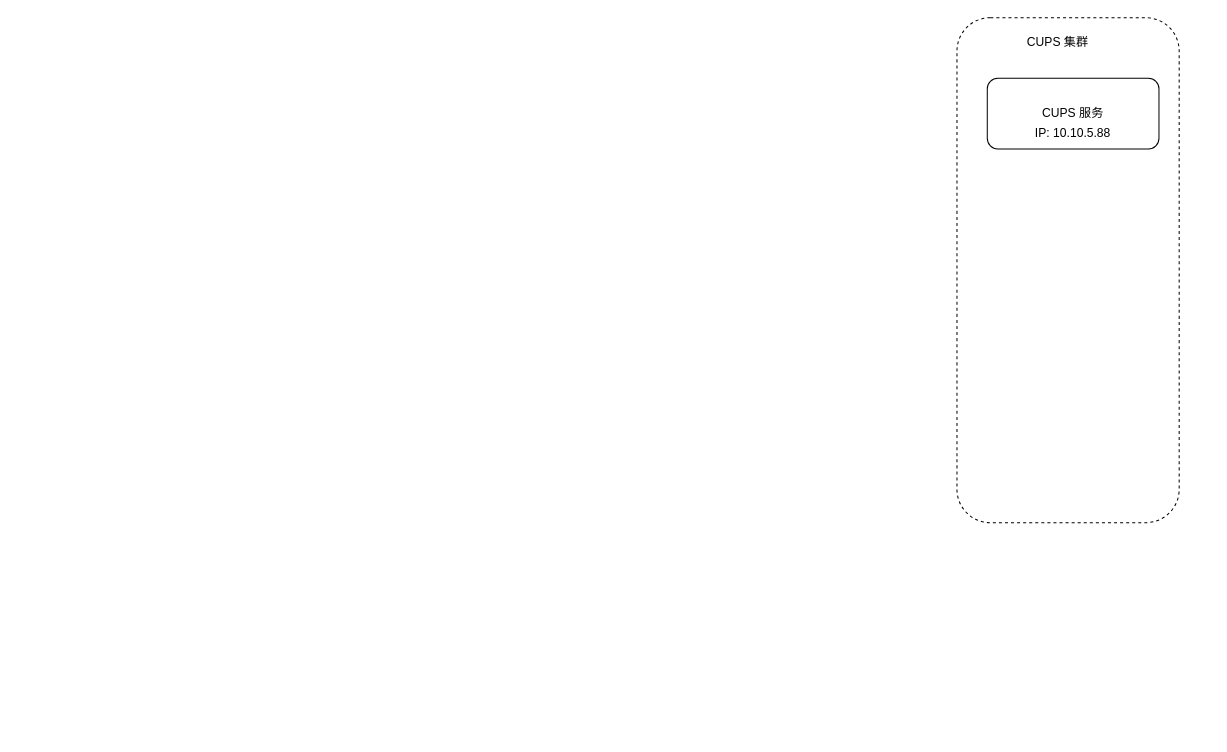
Earlier version of the draw.io diagram POSP.drawio (xnxuehai/draw). Source tidied: cells renumbered, new cells numbered last; positions are measured from the earlier drawing's top-left corner, leaving out a move shared by most shapes. Both pictures are drawn from the tidied source at 101%, with x=0, y=0 at pixel (956, 17).
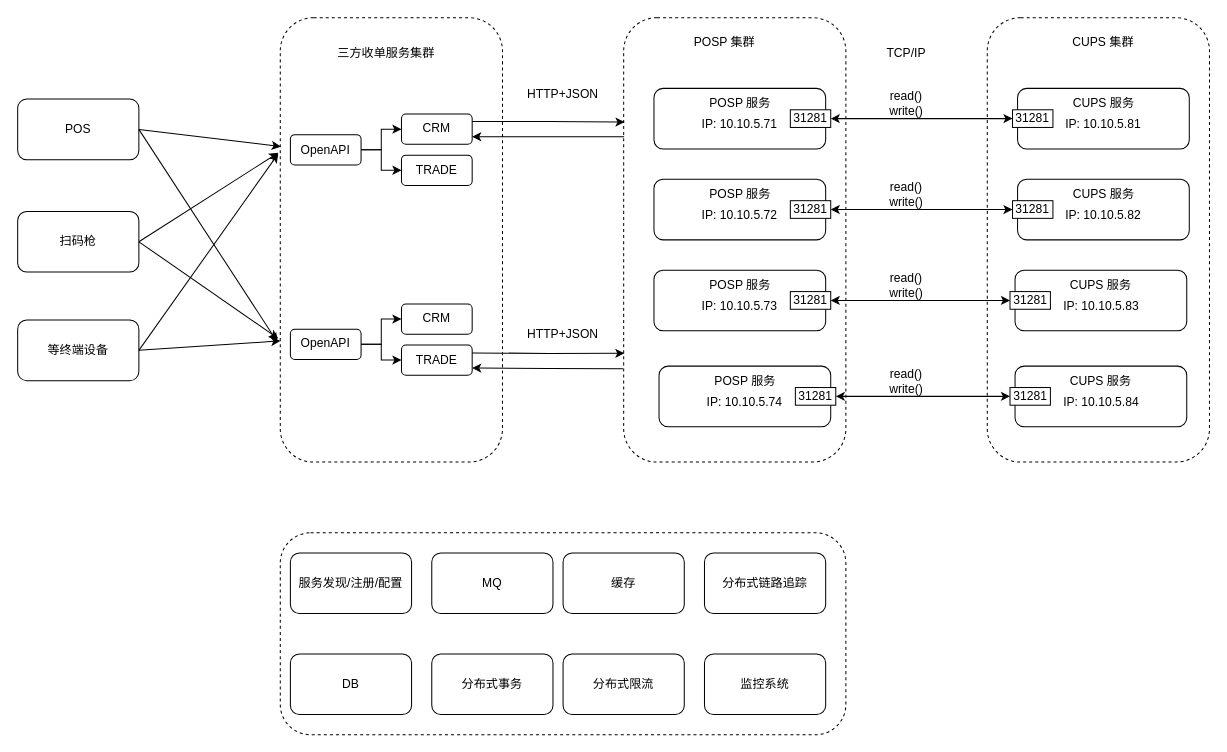
After the change.

Change to the diagram source:
```diff
@@
     <mxCell id="2" style="rounded=1;whiteSpace=wrap;html=1;dashed=1;" parent="1" vertex="1">
-      <mxGeometry width="220" height="500" as="geometry" />
+      <mxGeometry x="30" width="220" height="440" as="geometry" />
     </mxCell>
     <mxCell id="3" value="CUPS 集群" style="text;html=1;align=center;verticalAlign=middle;whiteSpace=wrap;rounded=0;" parent="1" vertex="1">
-      <mxGeometry x="60" y="10" width="80" height="30" as="geometry" />
+      <mxGeometry x="105" y="10" width="80" height="30" as="geometry" />
     </mxCell>
-    <mxCell id="4" value="CUPS 服务" style="rounded=1;whiteSpace=wrap;html=1;" parent="1" vertex="1">
-      <mxGeometry x="30" y="60" width="170" height="70" as="geometry" />
+    <mxCell id="4" style="rounded=1;whiteSpace=wrap;html=1;" parent="1" vertex="1">
+      <mxGeometry x="60" y="70" width="170" height="60" as="geometry" />
     </mxCell>
-    <mxCell id="5" value="IP: 10.10.5.88" style="text;html=1;align=center;verticalAlign=middle;whiteSpace=wrap;rounded=0;" parent="1" vertex="1">
-      <mxGeometry x="65" y="100" width="100" height="30" as="geometry" />
+    <mxCell id="5" value="IP: 10.10.5.81" style="text;html=1;align=center;verticalAlign=middle;whiteSpace=wrap;rounded=0;" parent="1" vertex="1">
+      <mxGeometry x="95" y="91.2" width="100" height="30" as="geometry" />
     </mxCell>
+    <mxCell id="6" value="31281" style="rounded=0;whiteSpace=wrap;html=1;" parent="1" vertex="1">
+      <mxGeometry x="55" y="91.2" width="40" height="17.5" as="geometry" />
+    </mxCell>
+    <mxCell id="7" value="CUPS 服务" style="text;html=1;align=center;verticalAlign=middle;whiteSpace=wrap;rounded=0;" parent="1" vertex="1">
+      <mxGeometry x="112.5" y="70" width="65" height="30" as="geometry" />
+    </mxCell>
+    <mxCell id="8" style="rounded=1;whiteSpace=wrap;html=1;" parent="1" vertex="1">
+      <mxGeometry x="60" y="160" width="170" height="60" as="geometry" />
+    </mxCell>
+    <mxCell id="9" value="IP: 10.10.5.82" style="text;html=1;align=center;verticalAlign=middle;whiteSpace=wrap;rounded=0;" parent="1" vertex="1">
+      <mxGeometry x="95" y="181.2" width="100" height="30" as="geometry" />
+    </mxCell>
+    <mxCell id="10" value="31281" style="rounded=0;whiteSpace=wrap;html=1;" parent="1" vertex="1">
+      <mxGeometry x="55" y="181.2" width="40" height="17.5" as="geometry" />
+    </mxCell>
+    <mxCell id="11" value="CUPS 服务" style="text;html=1;align=center;verticalAlign=middle;whiteSpace=wrap;rounded=0;" parent="1" vertex="1">
+      <mxGeometry x="112.5" y="160" width="65" height="30" as="geometry" />
+    </mxCell>
+    <mxCell id="12" style="rounded=1;whiteSpace=wrap;html=1;" parent="1" vertex="1">
+      <mxGeometry x="57.5" y="250" width="170" height="60" as="geometry" />
+    </mxCell>
+    <mxCell id="13" value="IP: 10.10.5.83" style="text;html=1;align=center;verticalAlign=middle;whiteSpace=wrap;rounded=0;" parent="1" vertex="1">
+      <mxGeometry x="92.5" y="271.2" width="100" height="30" as="geometry" />
+    </mxCell>
+    <mxCell id="14" value="31281" style="rounded=0;whiteSpace=wrap;html=1;" parent="1" vertex="1">
+      <mxGeometry x="52.5" y="271.2" width="40" height="17.5" as="geometry" />
+    </mxCell>
+    <mxCell id="15" value="CUPS 服务" style="text;html=1;align=center;verticalAlign=middle;whiteSpace=wrap;rounded=0;" parent="1" vertex="1">
+      <mxGeometry x="110" y="250" width="65" height="30" as="geometry" />
+    </mxCell>
+    <mxCell id="16" style="rounded=1;whiteSpace=wrap;html=1;" parent="1" vertex="1">
+      <mxGeometry x="57.5" y="345" width="170" height="60" as="geometry" />
+    </mxCell>
+    <mxCell id="17" value="IP: 10.10.5.84" style="text;html=1;align=center;verticalAlign=middle;whiteSpace=wrap;rounded=0;" parent="1" vertex="1">
+      <mxGeometry x="92.5" y="366.2" width="100" height="30" as="geometry" />
+    </mxCell>
+    <mxCell id="18" value="31281" style="rounded=0;whiteSpace=wrap;html=1;" parent="1" vertex="1">
+      <mxGeometry x="52.5" y="366.2" width="40" height="17.5" as="geometry" />
+    </mxCell>
+    <mxCell id="19" value="CUPS 服务" style="text;html=1;align=center;verticalAlign=middle;whiteSpace=wrap;rounded=0;" parent="1" vertex="1">
+      <mxGeometry x="110" y="345" width="65" height="30" as="geometry" />
+    </mxCell>
+    <mxCell id="20" style="rounded=1;whiteSpace=wrap;html=1;dashed=1;" parent="1" vertex="1">
+      <mxGeometry x="-330" width="220" height="440" as="geometry" />
+    </mxCell>
+    <mxCell id="21" value="POSP 集群" style="text;html=1;align=center;verticalAlign=middle;whiteSpace=wrap;rounded=0;" parent="1" vertex="1">
+      <mxGeometry x="-270" y="10" width="80" height="30" as="geometry" />
+    </mxCell>
+    <mxCell id="22" style="rounded=1;whiteSpace=wrap;html=1;" parent="1" vertex="1">
+      <mxGeometry x="-295" y="345" width="170" height="60" as="geometry" />
+    </mxCell>
+    <mxCell id="23" value="IP: 10.10.5.74" style="text;html=1;align=center;verticalAlign=middle;whiteSpace=wrap;rounded=0;" parent="1" vertex="1">
+      <mxGeometry x="-260" y="366.2" width="100" height="30" as="geometry" />
+    </mxCell>
+    <mxCell id="24" style="edgeStyle=orthogonalEdgeStyle;rounded=0;jettySize=auto;html=1;exitX=1;exitY=0.5;exitDx=0;exitDy=0;entryX=0;entryY=0.5;entryDx=0;entryDy=0;startArrow=classic;startFill=1;" parent="1" edge="1" source="25" target="18">
+      <mxGeometry relative="1" as="geometry" />
+    </mxCell>
+    <mxCell id="25" value="31281" style="rounded=0;whiteSpace=wrap;html=1;" parent="1" vertex="1">
+      <mxGeometry x="-160" y="366.2" width="40" height="17.5" as="geometry" />
+    </mxCell>
+    <mxCell id="26" value="POSP 服务" style="text;html=1;align=center;verticalAlign=middle;whiteSpace=wrap;rounded=0;" parent="1" vertex="1">
+      <mxGeometry x="-242.5" y="345" width="65" height="30" as="geometry" />
+    </mxCell>
+    <mxCell id="27" style="rounded=1;whiteSpace=wrap;html=1;" parent="1" vertex="1">
+      <mxGeometry x="-300" y="250" width="170" height="60" as="geometry" />
+    </mxCell>
+    <mxCell id="28" value="IP: 10.10.5.73" style="text;html=1;align=center;verticalAlign=middle;whiteSpace=wrap;rounded=0;" parent="1" vertex="1">
+      <mxGeometry x="-265" y="271.2" width="100" height="30" as="geometry" />
+    </mxCell>
+    <mxCell id="29" style="edgeStyle=orthogonalEdgeStyle;rounded=0;jettySize=auto;html=1;exitX=1;exitY=0.5;exitDx=0;exitDy=0;entryX=0;entryY=0.5;entryDx=0;entryDy=0;startArrow=classic;startFill=1;" parent="1" edge="1" source="30" target="14">
+      <mxGeometry relative="1" as="geometry" />
+    </mxCell>
+    <mxCell id="30" value="31281" style="rounded=0;whiteSpace=wrap;html=1;" parent="1" vertex="1">
+      <mxGeometry x="-165" y="271.2" width="40" height="17.5" as="geometry" />
+    </mxCell>
+    <mxCell id="31" value="POSP 服务" style="text;html=1;align=center;verticalAlign=middle;whiteSpace=wrap;rounded=0;" parent="1" vertex="1">
+      <mxGeometry x="-247.5" y="250" width="65" height="30" as="geometry" />
+    </mxCell>
+    <mxCell id="32" style="rounded=1;whiteSpace=wrap;html=1;" parent="1" vertex="1">
+      <mxGeometry x="-300" y="160" width="170" height="60" as="geometry" />
+    </mxCell>
+    <mxCell id="33" value="IP: 10.10.5.72" style="text;html=1;align=center;verticalAlign=middle;whiteSpace=wrap;rounded=0;" parent="1" vertex="1">
+      <mxGeometry x="-265" y="181.2" width="100" height="30" as="geometry" />
+    </mxCell>
+    <mxCell id="34" style="edgeStyle=orthogonalEdgeStyle;rounded=0;jettySize=auto;html=1;exitX=1;exitY=0.5;exitDx=0;exitDy=0;startArrow=classic;startFill=1;" parent="1" edge="1" source="35" target="10">
+      <mxGeometry relative="1" as="geometry" />
+    </mxCell>
+    <mxCell id="35" value="31281" style="rounded=0;whiteSpace=wrap;html=1;" parent="1" vertex="1">
+      <mxGeometry x="-165" y="181.2" width="40" height="17.5" as="geometry" />
+    </mxCell>
+    <mxCell id="36" value="POSP 服务" style="text;html=1;align=center;verticalAlign=middle;whiteSpace=wrap;rounded=0;" parent="1" vertex="1">
+      <mxGeometry x="-247.5" y="160" width="65" height="30" as="geometry" />
+    </mxCell>
+    <mxCell id="37" style="rounded=1;whiteSpace=wrap;html=1;" parent="1" vertex="1">
+      <mxGeometry x="-300" y="70" width="170" height="60" as="geometry" />
+    </mxCell>
+    <mxCell id="38" value="IP: 10.10.5.71" style="text;html=1;align=center;verticalAlign=middle;whiteSpace=wrap;rounded=0;" parent="1" vertex="1">
+      <mxGeometry x="-265" y="91.2" width="100" height="30" as="geometry" />
+    </mxCell>
+    <mxCell id="39" style="edgeStyle=orthogonalEdgeStyle;rounded=0;jettySize=auto;html=1;exitX=1;exitY=0.5;exitDx=0;exitDy=0;entryX=0;entryY=0.5;entryDx=0;entryDy=0;startArrow=classic;startFill=1;" parent="1" edge="1" source="40" target="6">
+      <mxGeometry relative="1" as="geometry" />
+    </mxCell>
+    <mxCell id="40" value="31281" style="rounded=0;whiteSpace=wrap;html=1;" parent="1" vertex="1">
+      <mxGeometry x="-165" y="91.2" width="40" height="17.5" as="geometry" />
+    </mxCell>
+    <mxCell id="41" value="POSP 服务" style="text;html=1;align=center;verticalAlign=middle;whiteSpace=wrap;rounded=0;" parent="1" vertex="1">
+      <mxGeometry x="-247.5" y="70" width="65" height="30" as="geometry" />
+    </mxCell>
+    <mxCell id="42" style="rounded=1;whiteSpace=wrap;html=1;dashed=1;" parent="1" vertex="1">
+      <mxGeometry x="-670" width="220" height="440" as="geometry" />
+    </mxCell>
+    <mxCell id="43" value="三方收单服务集群" style="text;html=1;align=center;verticalAlign=middle;whiteSpace=wrap;rounded=0;" parent="1" vertex="1">
+      <mxGeometry x="-620" y="20" width="110" height="30" as="geometry" />
+    </mxCell>
+    <mxCell id="44" value="POS" style="rounded=1;whiteSpace=wrap;html=1;" parent="1" vertex="1">
+      <mxGeometry x="-930" y="80.6" width="120" height="60" as="geometry" />
+    </mxCell>
+    <mxCell id="45" value="扫码枪" style="rounded=1;whiteSpace=wrap;html=1;" parent="1" vertex="1">
+      <mxGeometry x="-930" y="191.9" width="120" height="60" as="geometry" />
+    </mxCell>
+    <mxCell id="46" style="edgeStyle=none;rounded=0;jettySize=auto;html=1;exitX=1;exitY=0.5;exitDx=0;exitDy=0;" parent="1" edge="1" source="47">
+      <mxGeometry relative="1" as="geometry">
+        <mxPoint x="-670" y="320" as="targetPoint" />
+      </mxGeometry>
+    </mxCell>
+    <mxCell id="47" value="等终端设备" style="rounded=1;whiteSpace=wrap;html=1;" parent="1" vertex="1">
+      <mxGeometry x="-930" y="299.4" width="120" height="60" as="geometry" />
+    </mxCell>
+    <mxCell id="48" value="read()&lt;div&gt;&lt;span style=&quot;background-color: transparent; color: light-dark(rgb(0, 0, 0), rgb(255, 255, 255));&quot;&gt;write()&lt;/span&gt;&lt;/div&gt;" style="text;html=1;align=center;verticalAlign=middle;whiteSpace=wrap;rounded=0;" parent="1" vertex="1">
+      <mxGeometry x="-80" y="70" width="60" height="30" as="geometry" />
+    </mxCell>
+    <mxCell id="49" value="read()&lt;div&gt;&lt;span style=&quot;background-color: transparent; color: light-dark(rgb(0, 0, 0), rgb(255, 255, 255));&quot;&gt;write()&lt;/span&gt;&lt;/div&gt;" style="text;html=1;align=center;verticalAlign=middle;whiteSpace=wrap;rounded=0;" parent="1" vertex="1">
+      <mxGeometry x="-80" y="160" width="60" height="30" as="geometry" />
+    </mxCell>
+    <mxCell id="50" value="read()&lt;div&gt;&lt;span style=&quot;background-color: transparent; color: light-dark(rgb(0, 0, 0), rgb(255, 255, 255));&quot;&gt;write()&lt;/span&gt;&lt;/div&gt;" style="text;html=1;align=center;verticalAlign=middle;whiteSpace=wrap;rounded=0;" parent="1" vertex="1">
+      <mxGeometry x="-80" y="250" width="60" height="30" as="geometry" />
+    </mxCell>
+    <mxCell id="51" value="read()&lt;div&gt;&lt;span style=&quot;background-color: transparent; color: light-dark(rgb(0, 0, 0), rgb(255, 255, 255));&quot;&gt;write()&lt;/span&gt;&lt;/div&gt;" style="text;html=1;align=center;verticalAlign=middle;whiteSpace=wrap;rounded=0;" parent="1" vertex="1">
+      <mxGeometry x="-80" y="345" width="60" height="30" as="geometry" />
+    </mxCell>
+    <mxCell id="52" style="edgeStyle=orthogonalEdgeStyle;rounded=0;jettySize=auto;html=1;exitX=1;exitY=0.5;exitDx=0;exitDy=0;" parent="1" edge="1" source="54" target="58">
+      <mxGeometry relative="1" as="geometry" />
+    </mxCell>
+    <mxCell id="53" style="edgeStyle=orthogonalEdgeStyle;rounded=0;jettySize=auto;html=1;exitX=1;exitY=0.5;exitDx=0;exitDy=0;" parent="1" edge="1" source="54" target="59">
+      <mxGeometry relative="1" as="geometry" />
+    </mxCell>
+    <mxCell id="54" value="OpenAPI" style="rounded=1;whiteSpace=wrap;html=1;" parent="1" vertex="1">
+      <mxGeometry x="-660" y="115.8" width="70" height="30" as="geometry" />
+    </mxCell>
+    <mxCell id="55" style="edgeStyle=orthogonalEdgeStyle;rounded=0;jettySize=auto;html=1;exitX=1;exitY=0.5;exitDx=0;exitDy=0;" parent="1" edge="1" source="57" target="60">
+      <mxGeometry relative="1" as="geometry" />
+    </mxCell>
+    <mxCell id="56" style="edgeStyle=orthogonalEdgeStyle;rounded=0;jettySize=auto;html=1;exitX=1;exitY=0.5;exitDx=0;exitDy=0;" parent="1" edge="1" source="57" target="61">
+      <mxGeometry relative="1" as="geometry" />
+    </mxCell>
+    <mxCell id="57" value="OpenAPI" style="rounded=1;whiteSpace=wrap;html=1;" parent="1" vertex="1">
+      <mxGeometry x="-660" y="308.4" width="70" height="30" as="geometry" />
+    </mxCell>
+    <mxCell id="58" value="CRM" style="rounded=1;whiteSpace=wrap;html=1;" parent="1" vertex="1">
+      <mxGeometry x="-550" y="95.4" width="70" height="30" as="geometry" />
+    </mxCell>
+    <mxCell id="59" value="TRADE" style="rounded=1;whiteSpace=wrap;html=1;" parent="1" vertex="1">
+      <mxGeometry x="-550" y="136.1" width="70" height="30" as="geometry" />
+    </mxCell>
+    <mxCell id="60" value="CRM" style="rounded=1;whiteSpace=wrap;html=1;" parent="1" vertex="1">
+      <mxGeometry x="-550" y="283.4" width="70" height="30" as="geometry" />
+    </mxCell>
+    <mxCell id="61" value="TRADE" style="rounded=1;whiteSpace=wrap;html=1;" parent="1" vertex="1">
+      <mxGeometry x="-550" y="324" width="70" height="30" as="geometry" />
+    </mxCell>
+    <mxCell id="62" value="TCP/IP" style="text;html=1;align=center;verticalAlign=middle;whiteSpace=wrap;rounded=0;" parent="1" vertex="1">
+      <mxGeometry x="-80" y="20" width="60" height="30" as="geometry" />
+    </mxCell>
+    <mxCell id="63" style="edgeStyle=orthogonalEdgeStyle;rounded=0;jettySize=auto;html=1;exitX=1;exitY=0.25;exitDx=0;exitDy=0;entryX=0.004;entryY=0.235;entryDx=0;entryDy=0;entryPerimeter=0;" parent="1" edge="1" source="58" target="20">
+      <mxGeometry relative="1" as="geometry" />
+    </mxCell>
+    <mxCell id="64" style="edgeStyle=orthogonalEdgeStyle;rounded=0;jettySize=auto;html=1;exitX=1;exitY=0.75;exitDx=0;exitDy=0;entryX=0.002;entryY=0.268;entryDx=0;entryDy=0;entryPerimeter=0;startArrow=classic;startFill=1;endArrow=none;" parent="1" edge="1" source="58" target="20">
+      <mxGeometry relative="1" as="geometry" />
+    </mxCell>
+    <mxCell id="65" style="edgeStyle=orthogonalEdgeStyle;rounded=0;orthogonalLoop=1;jettySize=auto;html=1;exitX=1;exitY=0.25;exitDx=0;exitDy=0;entryX=0.003;entryY=0.662;entryDx=0;entryDy=0;entryPerimeter=0;" parent="1" edge="1">
+      <mxGeometry relative="1" as="geometry">
+        <mxPoint x="-480" y="331.9" as="sourcePoint" />
+        <mxPoint x="-329.3" y="332.3" as="targetPoint" />
+      </mxGeometry>
+    </mxCell>
+    <mxCell id="66" style="edgeStyle=orthogonalEdgeStyle;rounded=0;orthogonalLoop=1;jettySize=auto;html=1;exitX=1;exitY=0.75;exitDx=0;exitDy=0;entryX=-0.003;entryY=0.697;entryDx=0;entryDy=0;entryPerimeter=0;startArrow=classic;startFill=1;endArrow=none;" parent="1" edge="1">
+      <mxGeometry relative="1" as="geometry">
+        <mxPoint x="-480" y="346.9" as="sourcePoint" />
+        <mxPoint x="-330.7" y="347.7" as="targetPoint" />
+      </mxGeometry>
+    </mxCell>
+    <mxCell id="67" value="HTTP+JSON" style="text;html=1;align=center;verticalAlign=middle;whiteSpace=wrap;rounded=0;" parent="1" vertex="1">
+      <mxGeometry x="-430" y="61.2" width="80" height="30" as="geometry" />
+    </mxCell>
+    <mxCell id="68" value="HTTP+JSON" style="text;html=1;align=center;verticalAlign=middle;whiteSpace=wrap;rounded=0;" parent="1" vertex="1">
+      <mxGeometry x="-430" y="299.4" width="80" height="30" as="geometry" />
+    </mxCell>
+    <mxCell id="69" style="edgeStyle=none;rounded=0;jettySize=auto;html=1;exitX=1;exitY=0.5;exitDx=0;exitDy=0;entryX=-0.009;entryY=0.722;entryDx=0;entryDy=0;entryPerimeter=0;" parent="1" edge="1" source="45" target="42">
+      <mxGeometry relative="1" as="geometry" />
+    </mxCell>
+    <mxCell id="70" style="edgeStyle=none;rounded=0;jettySize=auto;html=1;exitX=1;exitY=0.5;exitDx=0;exitDy=0;entryX=0.002;entryY=0.29;entryDx=0;entryDy=0;entryPerimeter=0;" parent="1" edge="1" source="44" target="42">
+      <mxGeometry relative="1" as="geometry" />
+    </mxCell>
+    <mxCell id="71" style="edgeStyle=none;rounded=0;jettySize=auto;html=1;exitX=1;exitY=0.5;exitDx=0;exitDy=0;entryX=-0.009;entryY=0.304;entryDx=0;entryDy=0;entryPerimeter=0;" parent="1" edge="1" source="45" target="42">
+      <mxGeometry relative="1" as="geometry" />
+    </mxCell>
+    <mxCell id="72" style="edgeStyle=none;rounded=0;jettySize=auto;html=1;exitX=1;exitY=0.5;exitDx=0;exitDy=0;entryX=-0.009;entryY=0.306;entryDx=0;entryDy=0;entryPerimeter=0;" parent="1" edge="1" source="47" target="42">
+      <mxGeometry relative="1" as="geometry" />
+    </mxCell>
+    <mxCell id="73" style="edgeStyle=none;rounded=0;jettySize=auto;html=1;exitX=1;exitY=0.5;exitDx=0;exitDy=0;entryX=-0.013;entryY=0.73;entryDx=0;entryDy=0;entryPerimeter=0;" parent="1" edge="1" source="44" target="42">
+      <mxGeometry relative="1" as="geometry" />
+    </mxCell>
+    <mxCell id="74" style="rounded=1;whiteSpace=wrap;html=1;dashed=1;" parent="1" vertex="1">
+      <mxGeometry x="-670" y="510" width="560" height="200" as="geometry" />
+    </mxCell>
+    <mxCell id="75" value="服务发现/注册/配置" style="rounded=1;whiteSpace=wrap;html=1;" parent="1" vertex="1">
+      <mxGeometry x="-660" y="530" width="120" height="60" as="geometry" />
+    </mxCell>
+    <mxCell id="76" value="MQ" style="rounded=1;whiteSpace=wrap;html=1;" parent="1" vertex="1">
+      <mxGeometry x="-520" y="530" width="120" height="60" as="geometry" />
+    </mxCell>
+    <mxCell id="77" value="缓存" style="rounded=1;whiteSpace=wrap;html=1;" parent="1" vertex="1">
+      <mxGeometry x="-390" y="530" width="120" height="60" as="geometry" />
+    </mxCell>
+    <mxCell id="78" value="分布式链路追踪" style="rounded=1;whiteSpace=wrap;html=1;" parent="1" vertex="1">
+      <mxGeometry x="-250" y="530" width="120" height="60" as="geometry" />
+    </mxCell>
+    <mxCell id="79" value="DB" style="rounded=1;whiteSpace=wrap;html=1;" parent="1" vertex="1">
+      <mxGeometry x="-660" y="630" width="120" height="60" as="geometry" />
+    </mxCell>
+    <mxCell id="80" value="分布式事务" style="rounded=1;whiteSpace=wrap;html=1;" parent="1" vertex="1">
+      <mxGeometry x="-520" y="630" width="120" height="60" as="geometry" />
+    </mxCell>
+    <mxCell id="81" value="分布式限流" style="rounded=1;whiteSpace=wrap;html=1;" parent="1" vertex="1">
+      <mxGeometry x="-390" y="630" width="120" height="60" as="geometry" />
+    </mxCell>
+    <mxCell id="82" value="&lt;span style=&quot;font-weight: normal;&quot;&gt;监控系统&lt;/span&gt;" style="rounded=1;whiteSpace=wrap;html=1;fontStyle=1;" parent="1" vertex="1">
+      <mxGeometry x="-250" y="630" width="120" height="60" as="geometry" />
+    </mxCell>
```
